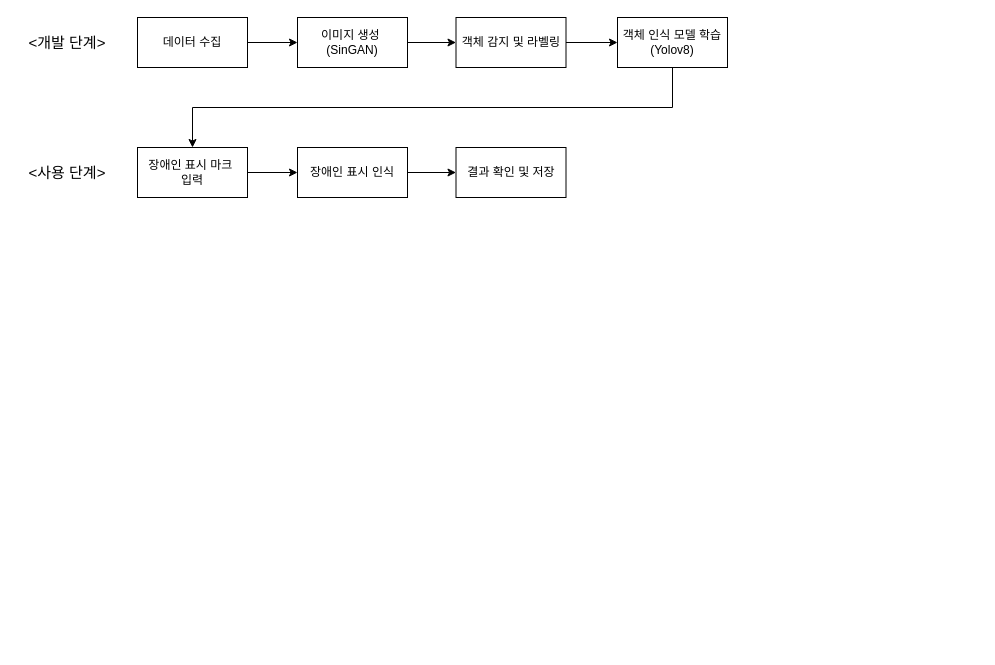
The draw.io diagram 제목 없는 다이어그램.drawio in shgusgh12/AI, before the edit. Source tidied: cells renumbered, new cells numbered last; positions are measured from the earlier drawing's top-left corner, leaving out a move shared by most shapes. Both pictures are drawn from the tidied source at 100%, with x=0, y=0 at pixel (27, 17).
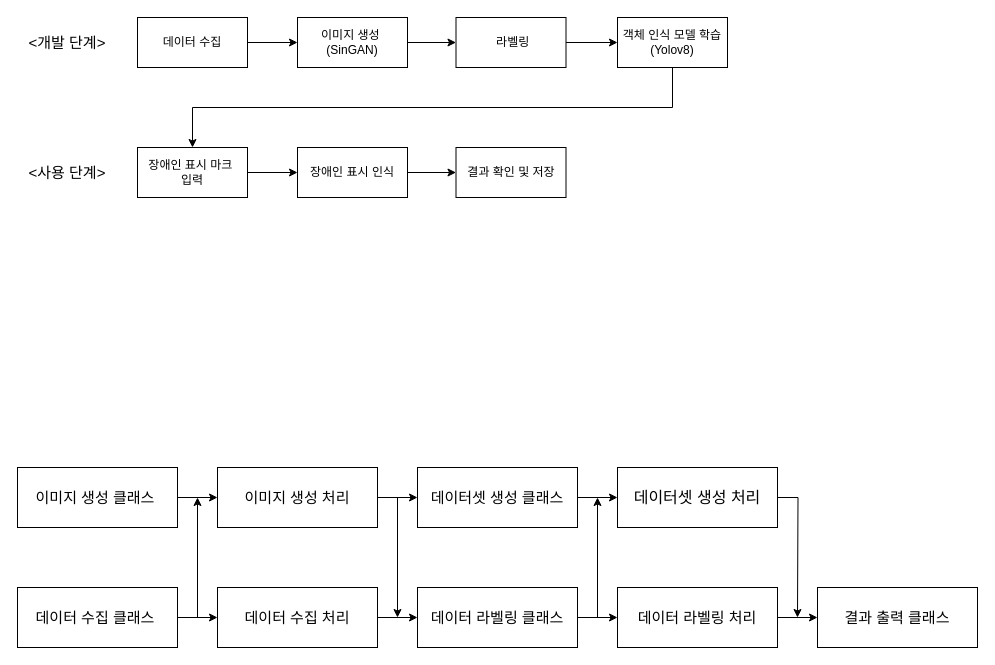
Above is the later version.

Commit message (it also covers changes not shown here):
제목 없는 다이어그램.drawio 업데이트

Diff of the diagram source:
```diff
@@
-    <mxCell id="7" value="객체 감지 및 라벨링" style="html=1;whiteSpace=wrap;" parent="1" vertex="1">
+    <mxCell id="7" value="&amp;nbsp;라벨링" style="html=1;whiteSpace=wrap;" parent="1" vertex="1">
       <mxGeometry x="428.5" width="110" height="50" as="geometry" />
     </mxCell>
@@
+    <mxCell id="18" style="edgeStyle=orthogonalEdgeStyle;rounded=0;jettySize=auto;html=1;entryX=0;entryY=0.5;entryDx=0;entryDy=0;" parent="1" edge="1" source="19" target="23">
+      <mxGeometry relative="1" as="geometry" />
+    </mxCell>
+    <mxCell id="19" value="&lt;font style=&quot;font-size: 15px;&quot;&gt;이미지 생성 클래스&amp;nbsp;&lt;/font&gt;" style="rounded=0;whiteSpace=wrap;html=1;" parent="1" vertex="1">
+      <mxGeometry x="-10" y="450" width="160" height="60" as="geometry" />
+    </mxCell>
+    <mxCell id="20" style="edgeStyle=orthogonalEdgeStyle;rounded=0;jettySize=auto;html=1;entryX=0;entryY=0.5;entryDx=0;entryDy=0;" parent="1" edge="1" source="21" target="25">
+      <mxGeometry relative="1" as="geometry" />
+    </mxCell>
+    <mxCell id="21" value="&lt;font style=&quot;font-size: 15px;&quot;&gt;데이터 수집 클래스&amp;nbsp;&lt;/font&gt;" style="rounded=0;whiteSpace=wrap;html=1;" parent="1" vertex="1">
+      <mxGeometry x="-10" y="570" width="160" height="60" as="geometry" />
+    </mxCell>
+    <mxCell id="22" style="edgeStyle=orthogonalEdgeStyle;rounded=0;jettySize=auto;html=1;entryX=0;entryY=0.5;entryDx=0;entryDy=0;" parent="1" edge="1" source="23" target="27">
+      <mxGeometry relative="1" as="geometry" />
+    </mxCell>
+    <mxCell id="23" value="&lt;font style=&quot;font-size: 15px;&quot;&gt;이미지 생성 처리&lt;/font&gt;" style="rounded=0;whiteSpace=wrap;html=1;" parent="1" vertex="1">
+      <mxGeometry x="190" y="450" width="160" height="60" as="geometry" />
+    </mxCell>
+    <mxCell id="24" style="edgeStyle=orthogonalEdgeStyle;rounded=0;jettySize=auto;html=1;entryX=0;entryY=0.5;entryDx=0;entryDy=0;" parent="1" edge="1" source="25" target="29">
+      <mxGeometry relative="1" as="geometry" />
+    </mxCell>
+    <mxCell id="25" value="&lt;font style=&quot;font-size: 15px;&quot;&gt;데이터 수집 처리&lt;/font&gt;" style="rounded=0;whiteSpace=wrap;html=1;" parent="1" vertex="1">
+      <mxGeometry x="190" y="570" width="160" height="60" as="geometry" />
+    </mxCell>
+    <mxCell id="26" style="edgeStyle=orthogonalEdgeStyle;rounded=0;jettySize=auto;html=1;entryX=0;entryY=0.5;entryDx=0;entryDy=0;" parent="1" edge="1" source="27" target="31">
+      <mxGeometry relative="1" as="geometry" />
+    </mxCell>
+    <mxCell id="27" value="&lt;font style=&quot;font-size: 15px;&quot;&gt;데이터셋 생성 클래스&lt;/font&gt;" style="rounded=0;whiteSpace=wrap;html=1;" parent="1" vertex="1">
+      <mxGeometry x="390" y="450" width="160" height="60" as="geometry" />
+    </mxCell>
+    <mxCell id="28" style="edgeStyle=orthogonalEdgeStyle;rounded=0;jettySize=auto;html=1;entryX=0;entryY=0.5;entryDx=0;entryDy=0;" parent="1" edge="1" source="29" target="34">
+      <mxGeometry relative="1" as="geometry" />
+    </mxCell>
+    <mxCell id="29" value="&lt;font style=&quot;font-size: 15px;&quot;&gt;데이터 라벨링 클래스&lt;/font&gt;" style="rounded=0;whiteSpace=wrap;html=1;" parent="1" vertex="1">
+      <mxGeometry x="390" y="570" width="160" height="60" as="geometry" />
+    </mxCell>
+    <mxCell id="30" style="edgeStyle=orthogonalEdgeStyle;rounded=0;jettySize=auto;html=1;" parent="1" edge="1" source="31">
+      <mxGeometry relative="1" as="geometry">
+        <mxPoint x="770" y="600" as="targetPoint" />
+      </mxGeometry>
+    </mxCell>
+    <mxCell id="31" value="&lt;font style=&quot;font-size: 16px;&quot;&gt;데이터셋 생성 처리&lt;/font&gt;" style="rounded=0;whiteSpace=wrap;html=1;" parent="1" vertex="1">
+      <mxGeometry x="590" y="450" width="160" height="60" as="geometry" />
+    </mxCell>
+    <mxCell id="32" value="&lt;font style=&quot;font-size: 15px;&quot;&gt;결과 출력 클래스&lt;/font&gt;" style="rounded=0;whiteSpace=wrap;html=1;" parent="1" vertex="1">
+      <mxGeometry x="790" y="570" width="160" height="60" as="geometry" />
+    </mxCell>
+    <mxCell id="33" style="edgeStyle=orthogonalEdgeStyle;rounded=0;jettySize=auto;html=1;entryX=0;entryY=0.5;entryDx=0;entryDy=0;" parent="1" edge="1" source="34" target="32">
+      <mxGeometry relative="1" as="geometry" />
+    </mxCell>
+    <mxCell id="34" value="&lt;font style=&quot;font-size: 15px;&quot;&gt;데이터 라벨링 처리&lt;/font&gt;" style="rounded=0;whiteSpace=wrap;html=1;" parent="1" vertex="1">
+      <mxGeometry x="590" y="570" width="160" height="60" as="geometry" />
+    </mxCell>
+    <mxCell id="35" style="endArrow=classic;html=1;rounded=0;" parent="1" edge="1">
+      <mxGeometry relative="1" as="geometry">
+        <mxPoint x="170" y="600" as="sourcePoint" />
+        <mxPoint x="170" y="480" as="targetPoint" />
+      </mxGeometry>
+    </mxCell>
+    <mxCell id="36" style="endArrow=classic;html=1;rounded=0;" parent="1" edge="1">
+      <mxGeometry relative="1" as="geometry">
+        <mxPoint x="370" y="480" as="sourcePoint" />
+        <mxPoint x="370" y="600" as="targetPoint" />
+      </mxGeometry>
+    </mxCell>
+    <mxCell id="37" style="endArrow=classic;html=1;rounded=0;" parent="1" edge="1">
+      <mxGeometry relative="1" as="geometry">
+        <mxPoint x="570" y="600" as="sourcePoint" />
+        <mxPoint x="570" y="480" as="targetPoint" />
+      </mxGeometry>
+    </mxCell>
```
